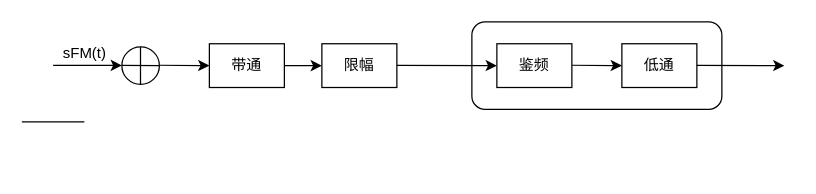
F-x-x-c/Drawio keeps this draw.io diagram as 通信原理.drawio. Above is the earlier version. Source tidied: cells renumbered, new cells numbered last; positions are measured from the earlier drawing's top-left corner, leaving out a move shared by most shapes. Both pictures are drawn from the tidied source at 125%, with x=0, y=0 at pixel (21, 21).
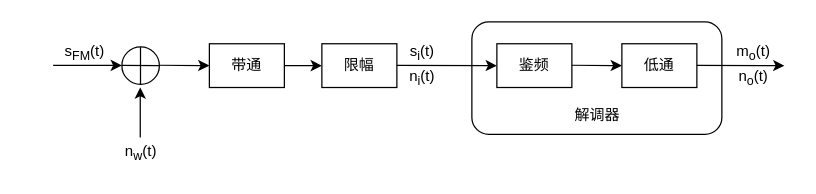
The same diagram, later.

Change to the diagram source:
```diff
@@
     <mxCell id="2" style="rounded=1;whiteSpace=wrap;html=1;" parent="1" vertex="1">
-      <mxGeometry x="360" width="200" height="70" as="geometry" />
+      <mxGeometry x="360" width="200" height="90" as="geometry" />
     </mxCell>
-    <mxCell id="3" value="sFM(t)" style="text;html=1;align=center;verticalAlign=middle;strokeColor=none;fillColor=none;" parent="1" vertex="1">
+    <mxCell id="3" value="s&lt;sub&gt;FM&lt;/sub&gt;(t)" style="text;html=1;align=center;verticalAlign=middle;strokeColor=none;fillColor=none;" parent="1" vertex="1">
       <mxGeometry x="20" y="10" width="60" height="30" as="geometry" />
     </mxCell>
@@
-    <mxCell id="6" style="endArrow=none;html=1;rounded=0;" parent="1" edge="1">
-      <mxGeometry relative="1" as="geometry">
-        <mxPoint y="80" as="sourcePoint" />
-        <mxPoint x="50" y="80" as="targetPoint" />
-      </mxGeometry>
-    </mxCell>
@@
+    <mxCell id="18" value="m&lt;sub&gt;o&lt;/sub&gt;(t)" style="text;html=1;align=center;verticalAlign=middle;strokeColor=none;fillColor=none;" parent="1" vertex="1">
+      <mxGeometry x="560" y="10" width="50" height="30" as="geometry" />
+    </mxCell>
+    <mxCell id="19" value="n&lt;sub&gt;o&lt;/sub&gt;(t)" style="text;html=1;align=center;verticalAlign=middle;strokeColor=none;fillColor=none;" parent="1" vertex="1">
+      <mxGeometry x="560" y="30" width="50" height="30" as="geometry" />
+    </mxCell>
+    <mxCell id="20" value="n&lt;sub&gt;w&lt;/sub&gt;(t)" style="text;html=1;align=center;verticalAlign=middle;strokeColor=none;fillColor=none;" parent="1" vertex="1">
+      <mxGeometry x="70" y="90" width="50" height="30" as="geometry" />
+    </mxCell>
+    <mxCell id="21" value="s&lt;sub&gt;i&lt;/sub&gt;(t)" style="text;html=1;align=center;verticalAlign=middle;strokeColor=none;fillColor=none;" parent="1" vertex="1">
+      <mxGeometry x="300" y="10" width="40" height="30" as="geometry" />
+    </mxCell>
+    <mxCell id="22" value="n&lt;sub&gt;i&lt;/sub&gt;(t)" style="text;html=1;align=center;verticalAlign=middle;strokeColor=none;fillColor=none;" parent="1" vertex="1">
+      <mxGeometry x="300" y="30" width="40" height="30" as="geometry" />
+    </mxCell>
+    <mxCell id="23" style="endArrow=classic;html=1;rounded=0;" parent="1" edge="1">
+      <mxGeometry relative="1" as="geometry">
+        <mxPoint x="94.7" y="92.5" as="sourcePoint" />
+        <mxPoint x="94.7" y="52.5" as="targetPoint" />
+      </mxGeometry>
+    </mxCell>
+    <mxCell id="24" value="解调器" style="text;html=1;align=center;verticalAlign=middle;strokeColor=none;fillColor=none;" parent="1" vertex="1">
+      <mxGeometry x="430" y="60" width="60" height="30" as="geometry" />
+    </mxCell>
```
